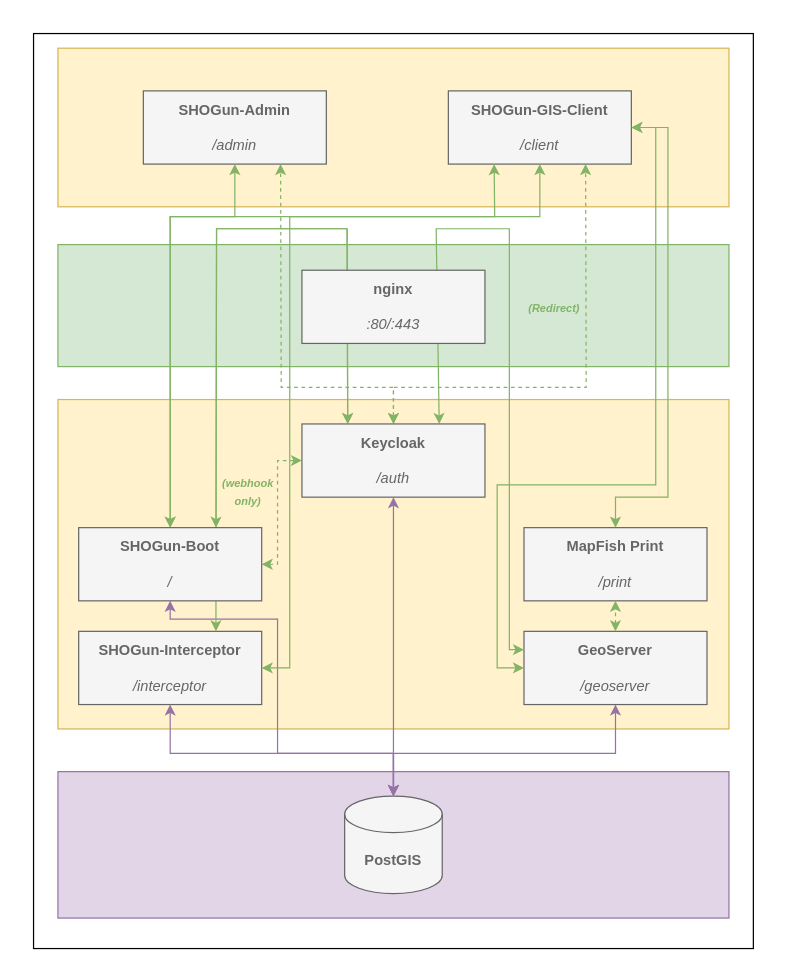
This is docs/components.drawio from terrestris/shogun-docker, a draw.io file, before an edit. Source tidied: cells renumbered, new cells numbered last; positions are measured from the earlier drawing's top-left corner, leaving out a move shared by most shapes. Both pictures are drawn from the tidied source at 122%, with x=0, y=0 at pixel (33, 33).
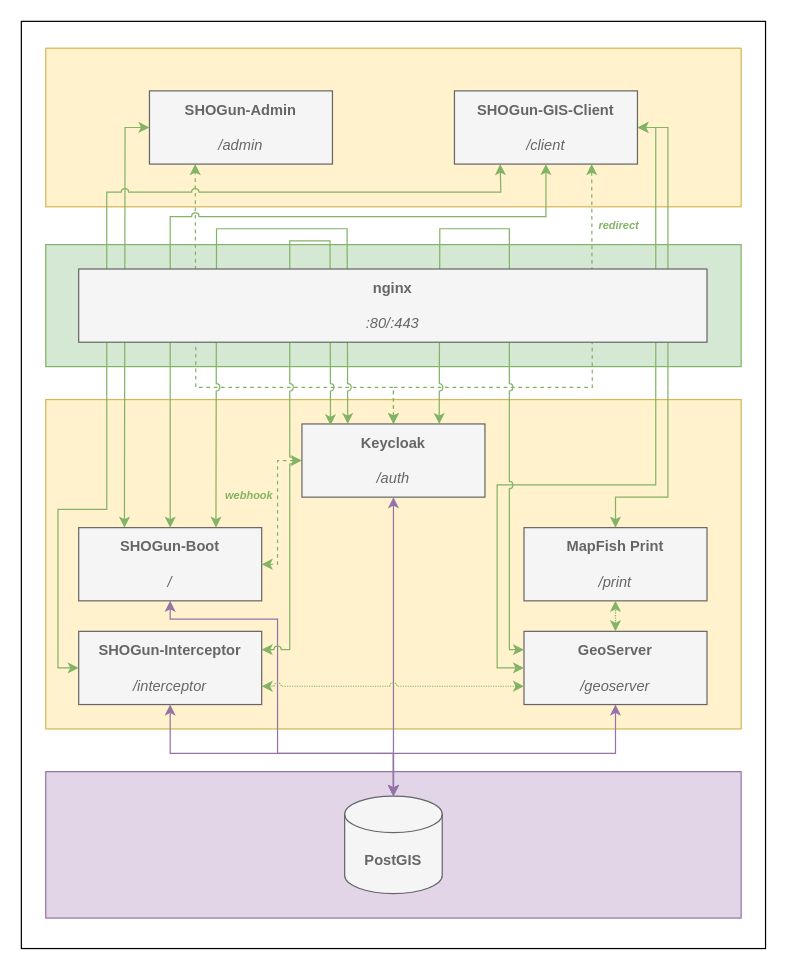
Above is the later version.

Commit message (it also covers changes not shown here):
Update components overview

The change refers to these unchanged cells:
```xml
<mxCell id="7" value="&lt;font color=&quot;#666666&quot;&gt;&lt;b&gt;GeoServer&lt;br&gt;&lt;/b&gt;&lt;br&gt;&lt;i&gt;/geoserver&lt;/i&gt;&lt;/font&gt;" style="rounded=0;whiteSpace=wrap;html=1;fillColor=#f5f5f5;fontColor=#333333;strokeColor=#666666;flipH=1;" parent="1" vertex="1">
  <mxGeometry x="402" y="490" width="150" height="60" as="geometry" />
</mxCell>
<mxCell id="8" value="&lt;font color=&quot;#666666&quot;&gt;&lt;b&gt;SHOGun-Interceptor&lt;br&gt;&lt;/b&gt;&lt;br&gt;&lt;i&gt;/interceptor&lt;/i&gt;&lt;br&gt;&lt;/font&gt;" style="rounded=0;whiteSpace=wrap;html=1;fillColor=#f5f5f5;fontColor=#333333;strokeColor=#666666;flipH=1;" parent="1" vertex="1">
  <mxGeometry x="37" y="490" width="150" height="60" as="geometry" />
</mxCell>
<mxCell id="21" value="&lt;font color=&quot;#666666&quot;&gt;&lt;b&gt;MapFish Print&lt;/b&gt;&lt;br&gt;&lt;br&gt;&lt;i&gt;/print&lt;/i&gt;&lt;/font&gt;" style="rounded=0;whiteSpace=wrap;html=1;fillColor=#f5f5f5;fontColor=#333333;strokeColor=#666666;flipH=1;" parent="1" vertex="1">
  <mxGeometry x="402" y="405" width="150" height="60" as="geometry" />
</mxCell>
<mxCell id="29" value="&lt;font color=&quot;#666666&quot;&gt;&lt;b&gt;Keycloak&lt;/b&gt;&lt;br&gt;&lt;br&gt;&lt;i&gt;/auth&lt;/i&gt;&lt;/font&gt;" style="rounded=0;whiteSpace=wrap;html=1;fillColor=#f5f5f5;fontColor=#333333;strokeColor=#666666;flipH=1;" parent="1" vertex="1">
  <mxGeometry x="220" y="320" width="150" height="60" as="geometry" />
</mxCell>
<mxCell id="32" value="&lt;font color=&quot;#666666&quot;&gt;&lt;b&gt;SHOGun-Boot&lt;/b&gt;&lt;br&gt;&lt;br&gt;&lt;i&gt;/&lt;/i&gt;&lt;/font&gt;" style="rounded=0;whiteSpace=wrap;html=1;fillColor=#f5f5f5;fontColor=#333333;strokeColor=#666666;flipH=1;" parent="1" vertex="1">
  <mxGeometry x="37" y="405" width="150" height="60" as="geometry" />
</mxCell>
```

Change to the diagram source:
```diff
@@
     <mxCell id="2" style="rounded=0;whiteSpace=wrap;html=1;" parent="1" vertex="1">
-      <mxGeometry width="590" height="750" as="geometry" />
+      <mxGeometry x="-10" y="-10" width="610" height="760" as="geometry" />
     </mxCell>
     <mxCell id="3" style="rounded=0;whiteSpace=wrap;html=1;fillColor=#e1d5e7;strokeColor=#9673a6;" parent="1" vertex="1">
-      <mxGeometry x="20" y="605" width="550" height="120" as="geometry" />
+      <mxGeometry x="10" y="605" width="570" height="120" as="geometry" />
     </mxCell>
@@
     <mxCell id="5" style="rounded=0;whiteSpace=wrap;html=1;fillColor=#d5e8d4;strokeColor=#82b366;" parent="1" vertex="1">
-      <mxGeometry x="20" y="173" width="550" height="100" as="geometry" />
+      <mxGeometry x="10" y="173" width="570" height="100" as="geometry" />
     </mxCell>
     <mxCell id="6" style="rounded=0;whiteSpace=wrap;html=1;fillColor=#fff2cc;strokeColor=#d6b656;" parent="1" vertex="1">
-      <mxGeometry x="20" y="300" width="550" height="270" as="geometry" />
+      <mxGeometry x="10" y="300" width="570" height="270" as="geometry" />
     </mxCell>
@@
     <mxCell id="13" style="rounded=0;whiteSpace=wrap;html=1;fillColor=#fff2cc;strokeColor=#d6b656;" parent="1" vertex="1">
-      <mxGeometry x="20" y="12" width="550" height="130" as="geometry" />
+      <mxGeometry x="10" y="12" width="570" height="130" as="geometry" />
     </mxCell>
-    <mxCell id="14" value="&lt;font color=&quot;#666666&quot;&gt;&lt;b&gt;SHOGun-Admin&lt;/b&gt;&lt;br&gt;&lt;br&gt;&lt;i&gt;/admin&lt;/i&gt;&lt;/font&gt;" style="rounded=0;whiteSpace=wrap;html=1;fillColor=#f5f5f5;fontColor=#333333;strokeColor=#666666;flipH=1;" parent="1" vertex="1">
-      <mxGeometry x="90" y="47" width="150" height="60" as="geometry" />
-    </mxCell>
-    <mxCell id="15" value="&lt;font color=&quot;#666666&quot;&gt;&lt;b&gt;SHOGun-GIS-Client&lt;br&gt;&lt;/b&gt;&lt;br&gt;&lt;i&gt;/client&lt;/i&gt;&lt;/font&gt;" style="rounded=0;whiteSpace=wrap;html=1;fillColor=#f5f5f5;fontColor=#333333;strokeColor=#666666;flipH=1;" parent="1" vertex="1">
-      <mxGeometry x="340" y="47" width="150" height="60" as="geometry" />
-    </mxCell>
-    <mxCell id="16" style="endArrow=classic;startArrow=classic;html=1;rounded=0;fontColor=#666666;entryX=0.5;entryY=1;entryDx=0;entryDy=0;exitX=0.5;exitY=0;exitDx=0;exitDy=0;fillColor=#d5e8d4;strokeColor=#82b366;" parent="1" edge="1" source="32" target="14">
+    <mxCell id="16" style="endArrow=classic;startArrow=classic;html=1;rounded=0;fontColor=#666666;entryX=0;entryY=0.5;entryDx=0;entryDy=0;exitX=0.25;exitY=0;exitDx=0;exitDy=0;fillColor=#d5e8d4;strokeColor=#82b366;" parent="1" edge="1" source="32" target="14">
       <mxGeometry relative="1" as="geometry">
         <Array as="points">
-          <mxPoint x="112" y="150" />
-          <mxPoint x="165" y="150" />
+          <mxPoint x="75" y="77" />
         </Array>
       </mxGeometry>
     </mxCell>
-    <mxCell id="17" style="endArrow=classic;startArrow=classic;html=1;rounded=0;fontColor=#666666;entryX=0.5;entryY=1;entryDx=0;entryDy=0;exitX=0.5;exitY=0;exitDx=0;exitDy=0;fillColor=#d5e8d4;strokeColor=#82b366;" parent="1" edge="1" source="32" target="15">
-      <mxGeometry relative="1" as="geometry">
-        <Array as="points">
-          <mxPoint x="112" y="150" />
-          <mxPoint x="415" y="150" />
-        </Array>
-      </mxGeometry>
-    </mxCell>
-    <mxCell id="18" style="endArrow=classic;startArrow=classic;html=1;rounded=0;fontColor=#666666;entryX=1;entryY=0.5;entryDx=0;entryDy=0;exitX=0;exitY=0.5;exitDx=0;exitDy=0;fillColor=#d5e8d4;strokeColor=#82b366;" parent="1" edge="1" source="7" target="15">
+    <mxCell id="18" style="endArrow=classic;startArrow=classic;html=1;rounded=0;fontColor=#666666;entryX=1;entryY=0.5;entryDx=0;entryDy=0;exitX=0;exitY=0.5;exitDx=0;exitDy=0;fillColor=#d5e8d4;strokeColor=#82b366;jumpStyle=arc;" parent="1" edge="1" source="7" target="15">
       <mxGeometry relative="1" as="geometry">
         <Array as="points">
           <mxPoint x="380" y="520" />
           <mxPoint x="380" y="370" />
           <mxPoint x="510" y="370" />
           <mxPoint x="510" y="240" />
           <mxPoint x="510" y="200" />
           <mxPoint x="510" y="77" />
         </Array>
       </mxGeometry>
     </mxCell>
     <mxCell id="19" style="endArrow=classic;startArrow=classic;html=1;rounded=0;fontColor=#666666;entryX=0.75;entryY=1;entryDx=0;entryDy=0;exitX=0.5;exitY=0;exitDx=0;exitDy=0;fillColor=#d5e8d4;strokeColor=#82b366;dashed=1;" parent="1" edge="1" source="29" target="15">
       <mxGeometry relative="1" as="geometry">
         <Array as="points">
           <mxPoint x="295" y="290" />
-          <mxPoint x="453" y="290" />
+          <mxPoint x="458" y="290" />
         </Array>
       </mxGeometry>
     </mxCell>
-    <mxCell id="20" style="endArrow=classic;startArrow=classic;html=1;rounded=0;dashed=1;fontColor=#666666;entryX=0.75;entryY=1;entryDx=0;entryDy=0;exitX=0.5;exitY=0;exitDx=0;exitDy=0;fillColor=#d5e8d4;strokeColor=#82b366;" parent="1" edge="1" source="29" target="14">
+    <mxCell id="20" style="endArrow=classic;startArrow=classic;html=1;rounded=0;dashed=1;fontColor=#666666;entryX=0.25;entryY=1;entryDx=0;entryDy=0;exitX=0.5;exitY=0;exitDx=0;exitDy=0;fillColor=#d5e8d4;strokeColor=#82b366;" parent="1" edge="1" source="29" target="14">
       <mxGeometry relative="1" as="geometry">
         <Array as="points">
           <mxPoint x="295" y="290" />
-          <mxPoint x="203" y="290" />
+          <mxPoint x="133" y="290" />
         </Array>
       </mxGeometry>
     </mxCell>
@@
-    <mxCell id="22" style="endArrow=classic;startArrow=classic;html=1;rounded=0;exitX=1;exitY=0.5;exitDx=0;exitDy=0;entryX=0;entryY=0.5;entryDx=0;entryDy=0;fillColor=#d5e8d4;strokeColor=#82b366;dashed=1;" parent="1" edge="1" source="32" target="29">
+    <mxCell id="22" style="endArrow=classic;startArrow=classic;html=1;rounded=0;exitX=1;exitY=0.5;exitDx=0;exitDy=0;entryX=0;entryY=0.5;entryDx=0;entryDy=0;fillColor=#d5e8d4;strokeColor=#82b366;dashed=1;jumpStyle=arc;" parent="1" edge="1" source="32" target="29">
       <mxGeometry relative="1" as="geometry">
         <Array as="points">
           <mxPoint x="200" y="435" />
           <mxPoint x="200" y="350" />
         </Array>
       </mxGeometry>
     </mxCell>
-    <mxCell id="23" style="endArrow=classic;startArrow=classic;html=1;rounded=0;exitX=0.5;exitY=0;exitDx=0;exitDy=0;entryX=0.5;entryY=1;entryDx=0;entryDy=0;fillColor=#d5e8d4;strokeColor=#82b366;dashed=1;" parent="1" edge="1" source="7" target="21">
+    <mxCell id="23" style="endArrow=classic;startArrow=classic;html=1;rounded=0;exitX=0.5;exitY=0;exitDx=0;exitDy=0;entryX=0.5;entryY=1;entryDx=0;entryDy=0;fillColor=#d5e8d4;strokeColor=#82b366;dashed=1;dashPattern=1 1;" parent="1" edge="1" source="7" target="21">
       <mxGeometry relative="1" as="geometry" />
     </mxCell>
-    <mxCell id="24" style="endArrow=classic;startArrow=classic;html=1;rounded=0;fontColor=#666666;exitX=0.5;exitY=0;exitDx=0;exitDy=0;fillColor=#d5e8d4;strokeColor=#82b366;entryX=1;entryY=0.5;entryDx=0;entryDy=0;" parent="1" edge="1" source="21" target="15">
+    <mxCell id="24" style="endArrow=classic;startArrow=classic;html=1;rounded=0;fontColor=#666666;exitX=0.5;exitY=0;exitDx=0;exitDy=0;fillColor=#d5e8d4;strokeColor=#82b366;entryX=1;entryY=0.5;entryDx=0;entryDy=0;jumpStyle=arc;" parent="1" edge="1" source="21" target="15">
       <mxGeometry relative="1" as="geometry">
         <Array as="points">
           <mxPoint x="477" y="380" />
           <mxPoint x="520" y="380" />
           <mxPoint x="520" y="77" />
         </Array>
       </mxGeometry>
     </mxCell>
-    <mxCell id="25" value="&lt;i&gt;&lt;font size=&quot;1&quot; color=&quot;#82b366&quot; style=&quot;&quot;&gt;&lt;b style=&quot;font-size: 9px;&quot;&gt;(Redirect)&lt;/b&gt;&lt;/font&gt;&lt;/i&gt;" style="text;html=1;strokeColor=none;fillColor=none;align=center;verticalAlign=middle;whiteSpace=wrap;rounded=0;" parent="1" vertex="1">
-      <mxGeometry x="397" y="210" width="60" height="30" as="geometry" />
+    <mxCell id="25" value="&lt;i&gt;&lt;font size=&quot;1&quot; color=&quot;#82b366&quot;&gt;&lt;b style=&quot;font-size: 9px&quot;&gt;redirect&lt;/b&gt;&lt;/font&gt;&lt;/i&gt;" style="text;html=1;strokeColor=none;fillColor=none;align=center;verticalAlign=middle;whiteSpace=wrap;rounded=0;" parent="1" vertex="1">
+      <mxGeometry x="450" y="142" width="60" height="30" as="geometry" />
     </mxCell>
-    <mxCell id="26" style="endArrow=classic;startArrow=classic;html=1;rounded=0;fontColor=#666666;exitX=0.75;exitY=0;exitDx=0;exitDy=0;fillColor=#d5e8d4;strokeColor=#82b366;entryX=0.25;entryY=0;entryDx=0;entryDy=0;" parent="1" edge="1" source="32" target="29">
+    <mxCell id="26" style="endArrow=classic;startArrow=classic;html=1;rounded=0;fontColor=#666666;exitX=0.75;exitY=0;exitDx=0;exitDy=0;fillColor=#d5e8d4;strokeColor=#82b366;entryX=0.25;entryY=0;entryDx=0;entryDy=0;jumpStyle=arc;" parent="1" edge="1" source="32" target="29">
       <mxGeometry relative="1" as="geometry">
         <Array as="points">
           <mxPoint x="150" y="160" />
           <mxPoint x="257" y="160" />
         </Array>
       </mxGeometry>
     </mxCell>
-    <mxCell id="27" style="endArrow=classic;startArrow=classic;html=1;rounded=0;fontSize=8;fontColor=#82B366;entryX=0;entryY=0.25;entryDx=0;entryDy=0;exitX=0.75;exitY=0;exitDx=0;exitDy=0;fillColor=#d5e8d4;strokeColor=#82b366;" parent="1" edge="1" source="29" target="7">
+    <mxCell id="27" style="endArrow=classic;startArrow=classic;html=1;rounded=0;fontSize=8;fontColor=#82B366;entryX=0;entryY=0.25;entryDx=0;entryDy=0;exitX=0.75;exitY=0;exitDx=0;exitDy=0;fillColor=#d5e8d4;strokeColor=#82b366;jumpStyle=arc;" parent="1" edge="1" source="29" target="7">
       <mxGeometry relative="1" as="geometry">
         <Array as="points">
-          <mxPoint x="330" y="160" />
+          <mxPoint x="333" y="160" />
           <mxPoint x="390" y="160" />
           <mxPoint x="390" y="505" />
         </Array>
       </mxGeometry>
     </mxCell>
-    <mxCell id="28" style="endArrow=classic;startArrow=classic;html=1;rounded=0;fontSize=8;fontColor=#82B366;entryX=1;entryY=0.5;entryDx=0;entryDy=0;exitX=0.25;exitY=1;exitDx=0;exitDy=0;fillColor=#d5e8d4;strokeColor=#82b366;" parent="1" edge="1" source="15" target="8">
+    <mxCell id="28" style="endArrow=classic;startArrow=classic;html=1;rounded=0;fontSize=8;fontColor=#82B366;entryX=0;entryY=0.5;entryDx=0;entryDy=0;exitX=0.25;exitY=1;exitDx=0;exitDy=0;fillColor=#d5e8d4;strokeColor=#82b366;jumpStyle=arc;" parent="1" edge="1" source="15" target="8">
       <mxGeometry relative="1" as="geometry">
         <Array as="points">
-          <mxPoint x="378" y="150" />
-          <mxPoint x="210" y="150" />
-          <mxPoint x="210" y="520" />
+          <mxPoint x="383" y="130" />
+          <mxPoint x="60" y="130" />
+          <mxPoint x="60" y="390" />
+          <mxPoint x="20" y="390" />
+          <mxPoint x="20" y="520" />
         </Array>
       </mxGeometry>
     </mxCell>
@@
-    <mxCell id="30" value="&lt;i&gt;&lt;font color=&quot;#82b366&quot; style=&quot;font-size: 9px; line-height: 1.2;&quot;&gt;&lt;b&gt;(webhook &lt;br&gt;only)&lt;/b&gt;&lt;/font&gt;&lt;/i&gt;" style="text;html=1;strokeColor=none;fillColor=none;align=center;verticalAlign=middle;whiteSpace=wrap;rounded=0;" parent="1" vertex="1">
-      <mxGeometry x="146" y="360" width="60" height="30" as="geometry" />
+    <mxCell id="30" value="&lt;i&gt;&lt;font color=&quot;#82b366&quot; style=&quot;font-size: 9px ; line-height: 1.2&quot;&gt;&lt;b&gt;webhook&lt;br&gt;&lt;/b&gt;&lt;/font&gt;&lt;/i&gt;" style="text;html=1;strokeColor=none;fillColor=none;align=center;verticalAlign=middle;whiteSpace=wrap;rounded=0;" parent="1" vertex="1">
+      <mxGeometry x="147" y="363" width="60" height="30" as="geometry" />
     </mxCell>
-    <mxCell id="31" style="endArrow=classic;startArrow=classic;html=1;rounded=0;fontColor=#666666;exitX=0.75;exitY=0;exitDx=0;exitDy=0;fillColor=#d5e8d4;strokeColor=#82b366;entryX=0.25;entryY=0;entryDx=0;entryDy=0;" parent="1" edge="1" source="8" target="29">
+    <mxCell id="31" style="endArrow=classic;startArrow=classic;html=1;rounded=0;fontColor=#666666;exitX=1;exitY=0.25;exitDx=0;exitDy=0;fillColor=#d5e8d4;strokeColor=#82b366;entryX=0.844;entryY=0.017;entryDx=0;entryDy=0;jumpStyle=arc;entryPerimeter=0;" parent="1" edge="1" source="8" target="29">
       <mxGeometry relative="1" as="geometry">
         <Array as="points">
-          <mxPoint x="150" y="160" />
-          <mxPoint x="257" y="160" />
+          <mxPoint x="210" y="505" />
+          <mxPoint x="210" y="170" />
+          <mxPoint x="243" y="170" />
         </Array>
       </mxGeometry>
     </mxCell>
@@
+    <mxCell id="34" style="group;" parent="1" vertex="1">
+      <mxGeometry x="95" y="47" width="400" height="60" as="geometry" />
+    </mxCell>
+    <mxCell id="14" value="&lt;font color=&quot;#666666&quot;&gt;&lt;b&gt;SHOGun-Admin&lt;/b&gt;&lt;br&gt;&lt;br&gt;&lt;i&gt;/admin&lt;/i&gt;&lt;/font&gt;" style="rounded=0;whiteSpace=wrap;html=1;fillColor=#f5f5f5;fontColor=#333333;strokeColor=#666666;flipH=1;" parent="34" vertex="1">
+      <mxGeometry width="150" height="60" as="geometry" />
+    </mxCell>
+    <mxCell id="15" value="&lt;font color=&quot;#666666&quot;&gt;&lt;b&gt;SHOGun-GIS-Client&lt;br&gt;&lt;/b&gt;&lt;br&gt;&lt;i&gt;/client&lt;/i&gt;&lt;/font&gt;" style="rounded=0;whiteSpace=wrap;html=1;fillColor=#f5f5f5;fontColor=#333333;strokeColor=#666666;flipH=1;" parent="34" vertex="1">
+      <mxGeometry x="250" width="150" height="60" as="geometry" />
+    </mxCell>
+    <mxCell id="35" style="endArrow=classic;startArrow=classic;html=1;rounded=0;exitX=0;exitY=0.75;exitDx=0;exitDy=0;entryX=1;entryY=0.75;entryDx=0;entryDy=0;fillColor=#d5e8d4;strokeColor=#82b366;dashed=1;dashPattern=1 1;jumpStyle=arc;" parent="1" edge="1" source="7" target="8">
+      <mxGeometry relative="1" as="geometry" />
+    </mxCell>
+    <mxCell id="17" style="endArrow=classic;startArrow=classic;html=1;rounded=0;fontColor=#666666;entryX=0.5;entryY=1;entryDx=0;entryDy=0;exitX=0.5;exitY=0;exitDx=0;exitDy=0;fillColor=#d5e8d4;strokeColor=#82b366;jumpStyle=arc;" parent="1" edge="1" source="32" target="15">
+      <mxGeometry relative="1" as="geometry">
+        <Array as="points">
+          <mxPoint x="112" y="150" />
+          <mxPoint x="420" y="150" />
+        </Array>
+      </mxGeometry>
+    </mxCell>
     <mxCell id="33" value="&lt;font color=&quot;#666666&quot;&gt;&lt;b&gt;nginx&lt;/b&gt;&lt;br&gt;&lt;br&gt;&lt;i&gt;:80/:443&lt;/i&gt;&lt;/font&gt;" style="rounded=0;whiteSpace=wrap;html=1;fillColor=#f5f5f5;fontColor=#333333;strokeColor=#666666;" parent="1" vertex="1">
-      <mxGeometry x="220" y="194" width="150" height="60" as="geometry" />
+      <mxGeometry x="37" y="193" width="515" height="60" as="geometry" />
     </mxCell>
```
